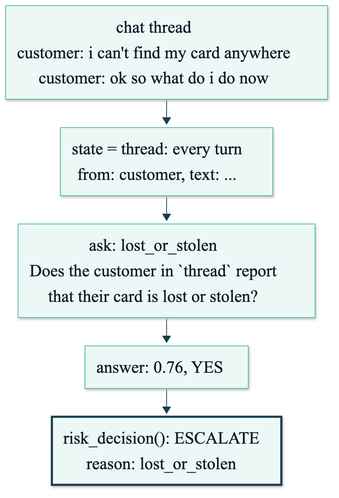
The Mermaid diagram course/diagrams/module_02/p2-solution-thread-state.png in axel-sirota/getting_started_jev, before a commit. Its source is kept beside it as course/diagrams/module_02/p2-solution-thread-state.mmd. The source it was exported from:
```mermaid
%%{init: {"theme": "base", "themeVariables": {"fontFamily": "Inter, sans-serif", "primaryColor": "#ECF8F6", "primaryBorderColor": "#40B8A6", "primaryTextColor": "#111827", "lineColor": "#1A3D4D", "secondaryColor": "#F9FAFB", "tertiaryColor": "#FFFFFF", "clusterBkg": "#F9FAFB", "clusterBorder": "#D1D5DB", "actorBkg": "#ECF8F6", "actorBorder": "#40B8A6", "noteBkgColor": "#FFF6DA", "noteBorderColor": "#E0B84C"}}}%%
flowchart TD
  T["chat thread<br/>customer: i can't find my card anywhere<br/>customer: ok so what do i do now"] --> S["state = thread: every turn<br/>from: customer, text: ..."]
  S --> Q["ask: lost_or_stolen<br/>Does the customer in `thread` report<br/>that their card is lost or stolen?"]
  Q --> A["answer: 0.76, YES"]
  A --> D["risk_decision(): ESCALATE<br/>reason: lost_or_stolen"]
  style D stroke:#1A3D4D,stroke-width:3px
```
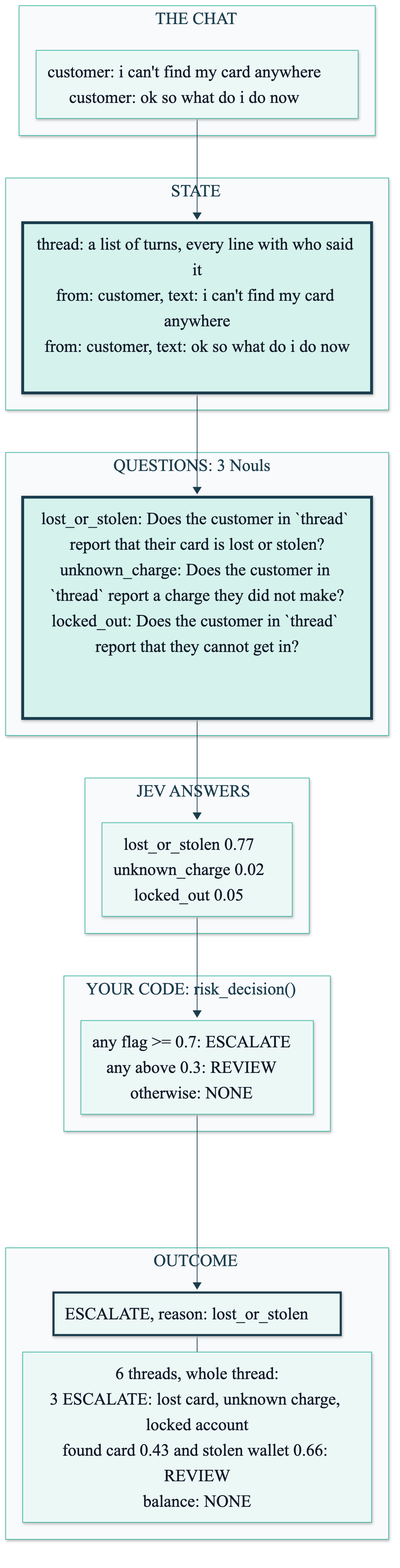
Above is the later version.

The edit, as a diff of the source:
```diff
@@ -1,7 +1,30 @@
 %%{init: {"theme": "base", "themeVariables": {"fontFamily": "Inter, sans-serif", "primaryColor": "#ECF8F6", "primaryBorderColor": "#40B8A6", "primaryTextColor": "#111827", "lineColor": "#1A3D4D", "secondaryColor": "#F9FAFB", "tertiaryColor": "#FFFFFF", "clusterBkg": "#F9FAFB", "clusterBorder": "#D1D5DB", "actorBkg": "#ECF8F6", "actorBorder": "#40B8A6", "noteBkgColor": "#FFF6DA", "noteBorderColor": "#E0B84C"}}}%%
 flowchart TD
-  T["chat thread<br/>customer: i can't find my card anywhere<br/>customer: ok so what do i do now"] --> S["state = thread: every turn<br/>from: customer, text: ..."]
-  S --> Q["ask: lost_or_stolen<br/>Does the customer in `thread` report<br/>that their card is lost or stolen?"]
-  Q --> A["answer: 0.76, YES"]
-  A --> D["risk_decision(): ESCALATE<br/>reason: lost_or_stolen"]
-  style D stroke:#1A3D4D,stroke-width:3px
+  subgraph CHAT["THE CHAT"]
+    T["customer: i can't find my card anywhere<br/>customer: ok so what do i do now"]
+  end
+  subgraph STATE["STATE"]
+    S["thread: a list of turns, every line with who said it<br/>from: customer, text: i can't find my card anywhere<br/>from: customer, text: ok so what do i do now"]
+  end
+  subgraph QUESTIONS["QUESTIONS: 3 Nouls"]
+    Q["lost_or_stolen: Does the customer in `thread` report that their card is lost or stolen?<br/>unknown_charge: Does the customer in `thread` report a charge they did not make?<br/>locked_out: Does the customer in `thread` report that they cannot get in?"]
+  end
+  subgraph ANSWERS["JEV ANSWERS"]
+    A["lost_or_stolen 0.77<br/>unknown_charge 0.02<br/>locked_out 0.05"]
+  end
+  subgraph CODE["YOUR CODE: risk_decision()"]
+    C["any flag >= 0.7: ESCALATE<br/>any above 0.3: REVIEW<br/>otherwise: NONE"]
+  end
+  subgraph OUTCOME["OUTCOME"]
+    O["ESCALATE, reason: lost_or_stolen"]
+    R["6 threads, whole thread:<br/>3 ESCALATE: lost card, unknown charge, locked account<br/>found card 0.43 and stolen wallet 0.66: REVIEW<br/>balance: NONE"]
+  end
+  T --> S --> Q --> A --> C --> O
+  O --- R
+
+  classDef fail fill:#FDECEA,stroke:#B42318,stroke-width:4px
+  classDef changed fill:#D5F2EC,stroke:#1A3D4D,stroke-width:4px
+  classDef ok fill:#ECF8F6,stroke:#1A3D4D,stroke-width:3px
+  class S changed
+  class Q changed
+  class O ok
```
